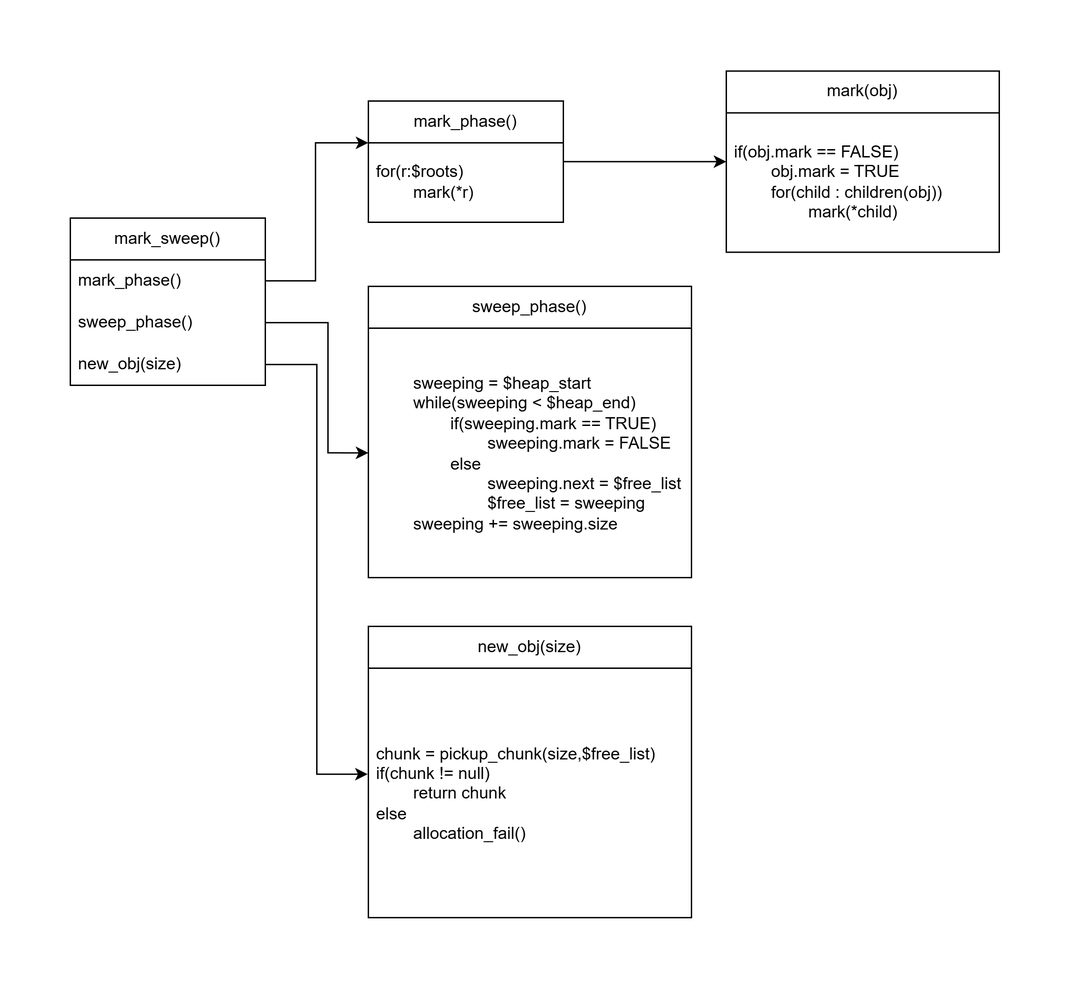
Before: 书籍图/GC1.drawio.png, a diagram exported from draw.io (kangkangbs/draw). Source tidied: cells renumbered, new cells last; positions are measured from the earlier drawing's top-left corner, leaving out a move shared by most shapes. Source of this version:
```xml
<mxGraphModel math="1">
  <root>
    <mxCell id="0" />
    <mxCell id="1" parent="0" />
    <mxCell id="2" style="edgeStyle=orthogonalEdgeStyle;rounded=0;jettySize=auto;html=1;" parent="1" edge="1" source="3" target="8">
      <mxGeometry relative="1" as="geometry">
        <Array as="points">
          <mxPoint x="176" y="151" />
          <mxPoint x="176" y="52" />
        </Array>
      </mxGeometry>
    </mxCell>
    <mxCell id="3" value="mark_sweep()" style="swimlane;fontStyle=0;horizontal=1;startSize=30;whiteSpace=wrap;html=1;" parent="1" vertex="1">
      <mxGeometry y="106" width="140" height="120" as="geometry" />
    </mxCell>
    <mxCell id="4" value="mark_phase()" style="text;strokeColor=none;fillColor=none;align=left;verticalAlign=middle;spacingLeft=4;spacingRight=4;overflow=hidden;whiteSpace=wrap;html=1;" parent="3" vertex="1">
      <mxGeometry y="30" width="140" height="30" as="geometry" />
    </mxCell>
    <mxCell id="5" value="sweep_phase()" style="text;strokeColor=none;fillColor=none;align=left;verticalAlign=middle;spacingLeft=4;spacingRight=4;overflow=hidden;points=[[0,0.5],[1,0.5]];portConstraint=eastwest;whiteSpace=wrap;html=1;" parent="3" vertex="1">
      <mxGeometry y="60" width="140" height="30" as="geometry" />
    </mxCell>
    <mxCell id="6" value="new_obj(size)" style="text;strokeColor=none;fillColor=none;align=left;verticalAlign=middle;spacingLeft=4;spacingRight=4;overflow=hidden;points=[[0,0.5],[1,0.5]];portConstraint=eastwest;whiteSpace=wrap;html=1;" parent="3" vertex="1">
      <mxGeometry y="90" width="140" height="30" as="geometry" />
    </mxCell>
    <mxCell id="7" style="edgeStyle=orthogonalEdgeStyle;rounded=0;jettySize=auto;html=1;" parent="1" edge="1" source="8" target="12">
      <mxGeometry relative="1" as="geometry" />
    </mxCell>
    <mxCell id="8" value="mark_phase()" style="swimlane;fontStyle=0;horizontal=1;startSize=30;whiteSpace=wrap;html=1;" parent="1" vertex="1">
      <mxGeometry x="214" y="22" width="140" height="87" as="geometry" />
    </mxCell>
    <mxCell id="9" value="&lt;div&gt;for(r:$roots)&lt;/div&gt;&lt;div&gt;&lt;span style=&quot;white-space: normal;&quot;&gt;&lt;span style=&quot;white-space: pre;&quot;&gt;&#9;&lt;/span&gt;mark(*r)&lt;/span&gt;&lt;/div&gt;" style="text;strokeColor=none;fillColor=none;align=left;verticalAlign=middle;spacingLeft=4;spacingRight=4;overflow=hidden;whiteSpace=wrap;html=1;" parent="8" vertex="1">
      <mxGeometry y="30" width="140" height="57" as="geometry" />
    </mxCell>
    <mxCell id="10" value="sweep_phase()" style="swimlane;fontStyle=0;horizontal=1;startSize=30;whiteSpace=wrap;html=1;" parent="1" vertex="1">
      <mxGeometry x="214" y="155" width="232" height="209" as="geometry" />
    </mxCell>
    <mxCell id="11" value="&lt;div&gt;&lt;span style=&quot;white-space: pre;&quot;&gt;&#9;&lt;/span&gt;sweeping = $heap_start&lt;/div&gt;&lt;div&gt;&lt;span style=&quot;white-space: normal;&quot;&gt;&lt;span style=&quot;white-space:pre&quot;&gt;&#9;&lt;/span&gt;while(sweeping &amp;lt; $heap_end)&lt;/span&gt;&lt;/div&gt;&lt;div&gt;&lt;span style=&quot;white-space: normal;&quot;&gt;&lt;span style=&quot;white-space:pre&quot;&gt;&#9;&#9;&lt;/span&gt;if(sweeping.mark == TRUE)&lt;/span&gt;&lt;/div&gt;&lt;div&gt;&lt;span style=&quot;white-space: normal;&quot;&gt;&lt;span style=&quot;white-space:pre&quot;&gt;&#9;&#9;&#9;&lt;/span&gt;sweeping.mark = FALSE&lt;/span&gt;&lt;/div&gt;&lt;div&gt;&lt;span style=&quot;white-space: normal;&quot;&gt;&lt;span style=&quot;white-space:pre&quot;&gt;&#9;&#9;&lt;/span&gt;else&lt;/span&gt;&lt;/div&gt;&lt;div&gt;&lt;span style=&quot;white-space: normal;&quot;&gt;&lt;span style=&quot;white-space:pre&quot;&gt;&#9;&#9;&#9;&lt;/span&gt;sweeping.next = $free_list&lt;/span&gt;&lt;/div&gt;&lt;div&gt;&lt;span style=&quot;white-space: normal;&quot;&gt;&lt;span style=&quot;white-space:pre&quot;&gt;&#9;&#9;&#9;&lt;/span&gt;$free_list = sweeping&lt;/span&gt;&lt;/div&gt;&lt;div&gt;&lt;span style=&quot;white-space: normal;&quot;&gt;&lt;span style=&quot;white-space:pre&quot;&gt;&#9;&lt;/span&gt;sweeping += sweeping.size&lt;/span&gt;&lt;/div&gt;" style="text;strokeColor=none;fillColor=none;align=left;verticalAlign=middle;spacingLeft=4;spacingRight=4;overflow=hidden;points=[[0,0.5],[1,0.5]];portConstraint=eastwest;whiteSpace=wrap;html=1;" parent="10" vertex="1">
      <mxGeometry y="30" width="232" height="179" as="geometry" />
    </mxCell>
    <mxCell id="12" value="mark(obj)" style="swimlane;fontStyle=0;horizontal=1;startSize=30;whiteSpace=wrap;html=1;" parent="1" vertex="1">
      <mxGeometry x="471" y="0.5" width="196" height="130" as="geometry" />
    </mxCell>
    <mxCell id="13" value="&lt;div&gt;if(obj.mark == FALSE)&lt;/div&gt;&lt;div&gt;&lt;span style=&quot;white-space: normal;&quot;&gt;&lt;span style=&quot;white-space:pre&quot;&gt;&#9;&lt;/span&gt;obj.mark = TRUE&lt;/span&gt;&lt;/div&gt;&lt;div&gt;&lt;span style=&quot;white-space: normal;&quot;&gt;&lt;span style=&quot;white-space:pre&quot;&gt;&#9;&lt;/span&gt;for(child : children(obj))&lt;/span&gt;&lt;/div&gt;&lt;div&gt;&lt;span style=&quot;white-space: normal;&quot;&gt;&lt;span style=&quot;white-space:pre&quot;&gt;&#9;&#9;&lt;/span&gt;mark(*child)&lt;/span&gt;&lt;/div&gt;" style="text;strokeColor=none;fillColor=none;align=left;verticalAlign=middle;spacingLeft=4;spacingRight=4;overflow=hidden;whiteSpace=wrap;html=1;" parent="12" vertex="1">
      <mxGeometry y="30" width="196" height="100" as="geometry" />
    </mxCell>
    <mxCell id="14" style="edgeStyle=orthogonalEdgeStyle;rounded=0;jettySize=auto;html=1;entryX=0;entryY=0.5;entryDx=0;entryDy=0;" parent="1" edge="1" source="5" target="11">
      <mxGeometry relative="1" as="geometry">
        <Array as="points">
          <mxPoint x="185" y="181" />
          <mxPoint x="185" y="275" />
        </Array>
      </mxGeometry>
    </mxCell>
    <mxCell id="15" value="&lt;span style=&quot;text-align: left;&quot;&gt;new_obj(size)&lt;/span&gt;" style="swimlane;fontStyle=0;horizontal=1;startSize=30;whiteSpace=wrap;html=1;" parent="1" vertex="1">
      <mxGeometry x="214" y="399" width="232" height="209" as="geometry" />
    </mxCell>
    <mxCell id="16" value="&lt;div&gt;chunk = pickup_chunk(size,$free_list)&lt;/div&gt;&lt;div&gt;if(chunk != null)&lt;/div&gt;&lt;div&gt;&lt;span style=&quot;white-space: pre;&quot;&gt;&#9;&lt;/span&gt;return chunk&lt;br&gt;&lt;/div&gt;&lt;div&gt;else&lt;/div&gt;&lt;div&gt;&lt;span style=&quot;white-space: pre;&quot;&gt;&#9;&lt;/span&gt;allocation_fail()&lt;br&gt;&lt;/div&gt;" style="text;strokeColor=none;fillColor=none;align=left;verticalAlign=middle;spacingLeft=4;spacingRight=4;overflow=hidden;points=[[0,0.5],[1,0.5]];portConstraint=eastwest;whiteSpace=wrap;html=1;" parent="15" vertex="1">
      <mxGeometry y="30" width="232" height="179" as="geometry" />
    </mxCell>
    <mxCell id="17" style="edgeStyle=orthogonalEdgeStyle;rounded=0;jettySize=auto;html=1;entryX=-0.002;entryY=0.425;entryDx=0;entryDy=0;entryPerimeter=0;" parent="1" edge="1" source="6" target="16">
      <mxGeometry relative="1" as="geometry" />
    </mxCell>
  </root>
</mxGraphModel>
```
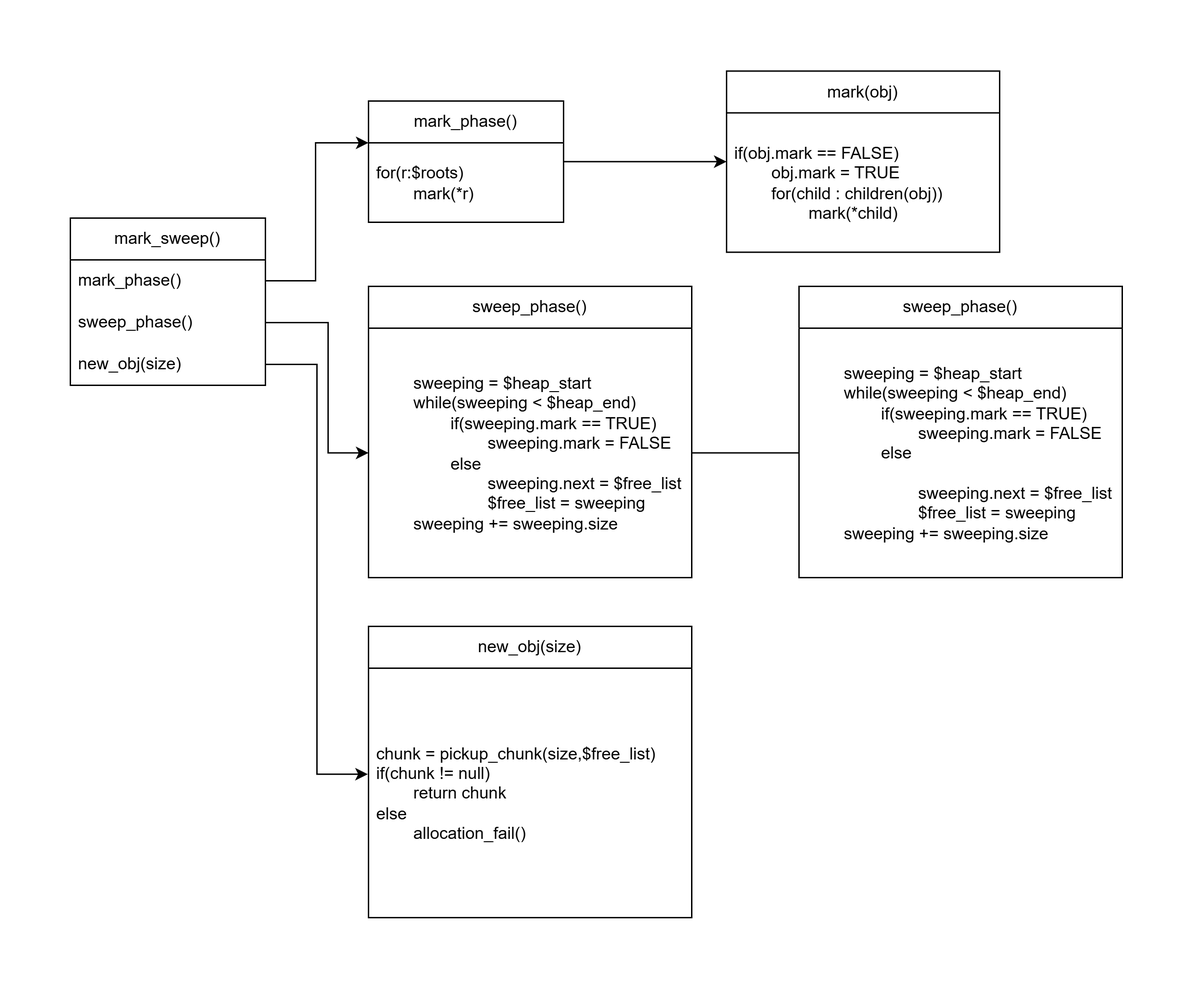
After the commit.

Diff of the diagram source:
```diff
@@ -60,5 +60,14 @@
     <mxCell id="17" style="edgeStyle=orthogonalEdgeStyle;rounded=0;jettySize=auto;html=1;entryX=-0.002;entryY=0.425;entryDx=0;entryDy=0;entryPerimeter=0;" parent="1" edge="1" source="6" target="16">
       <mxGeometry relative="1" as="geometry" />
     </mxCell>
+    <mxCell id="18" value="sweep_phase()" style="swimlane;fontStyle=0;horizontal=1;startSize=30;whiteSpace=wrap;html=1;" parent="1" vertex="1">
+      <mxGeometry x="523" y="155" width="232" height="209" as="geometry" />
+    </mxCell>
+    <mxCell id="19" value="&lt;div&gt;&lt;span style=&quot;white-space: pre;&quot;&gt;&#9;&lt;/span&gt;sweeping = $heap_start&lt;/div&gt;&lt;div&gt;&lt;span style=&quot;white-space: normal;&quot;&gt;&lt;span style=&quot;white-space:pre&quot;&gt;&#9;&lt;/span&gt;while(sweeping &amp;lt; $heap_end)&lt;/span&gt;&lt;/div&gt;&lt;div&gt;&lt;span style=&quot;white-space: normal;&quot;&gt;&lt;span style=&quot;white-space:pre&quot;&gt;&#9;&#9;&lt;/span&gt;if(sweeping.mark == TRUE)&lt;/span&gt;&lt;/div&gt;&lt;div&gt;&lt;span style=&quot;white-space: normal;&quot;&gt;&lt;span style=&quot;white-space:pre&quot;&gt;&#9;&#9;&#9;&lt;/span&gt;sweeping.mark = FALSE&lt;/span&gt;&lt;/div&gt;&lt;div&gt;&lt;span style=&quot;white-space: normal;&quot;&gt;&lt;span style=&quot;white-space:pre&quot;&gt;&#9;&#9;&lt;/span&gt;else&lt;/span&gt;&lt;/div&gt;&lt;div&gt;&lt;span style=&quot;white-space: normal;&quot;&gt;&lt;span style=&quot;white-space: pre;&quot;&gt;&#9;&lt;/span&gt;&lt;span style=&quot;white-space: pre;&quot;&gt;&#9;&lt;/span&gt;&lt;span style=&quot;white-space: pre;&quot;&gt;&#9;&lt;/span&gt;&lt;br&gt;&lt;/span&gt;&lt;/div&gt;&lt;div&gt;&lt;span style=&quot;white-space: normal;&quot;&gt;&lt;span style=&quot;white-space:pre&quot;&gt;&#9;&#9;&#9;&lt;/span&gt;sweeping.next = $free_list&lt;/span&gt;&lt;/div&gt;&lt;div&gt;&lt;span style=&quot;white-space: normal;&quot;&gt;&lt;span style=&quot;white-space:pre&quot;&gt;&#9;&#9;&#9;&lt;/span&gt;$free_list = sweeping&lt;/span&gt;&lt;/div&gt;&lt;div&gt;&lt;span style=&quot;white-space: normal;&quot;&gt;&lt;span style=&quot;white-space:pre&quot;&gt;&#9;&lt;/span&gt;sweeping += sweeping.size&lt;/span&gt;&lt;/div&gt;" style="text;strokeColor=none;fillColor=none;align=left;verticalAlign=middle;spacingLeft=4;spacingRight=4;overflow=hidden;points=[[0,0.5],[1,0.5]];portConstraint=eastwest;whiteSpace=wrap;html=1;" parent="18" vertex="1">
+      <mxGeometry y="30" width="232" height="179" as="geometry" />
+    </mxCell>
+    <mxCell id="20" style="edgeStyle=orthogonalEdgeStyle;rounded=0;jettySize=auto;html=1;endArrow=none;endFill=0;" parent="1" edge="1" source="11" target="19">
+      <mxGeometry relative="1" as="geometry" />
+    </mxCell>
   </root>
 </mxGraphModel>
```
